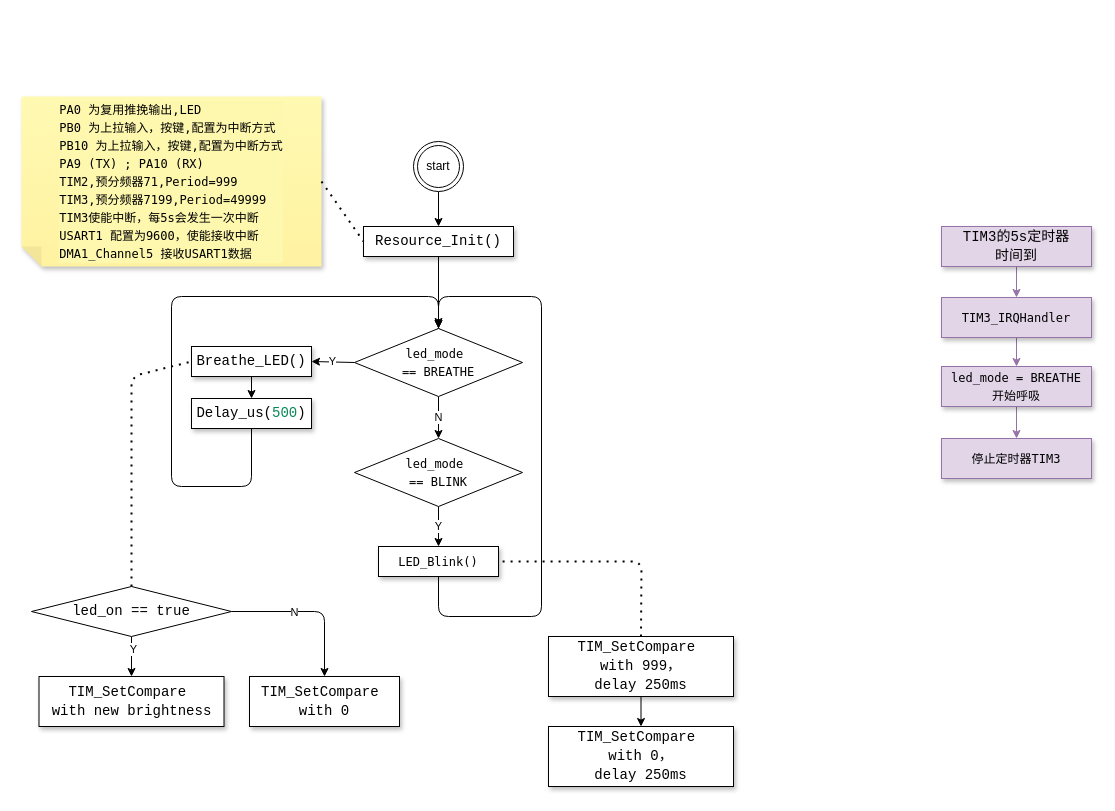
Earlier version of the draw.io diagram 2nd/extend/2-DMA/flow.drawio (Lzih7/C-language-learning). Source tidied: cells renumbered, new cells numbered last; positions are measured from the earlier drawing's top-left corner, leaving out a move shared by most shapes. Both pictures are drawn from the tidied source at 100%, with x=0, y=0 at pixel (21, 96).
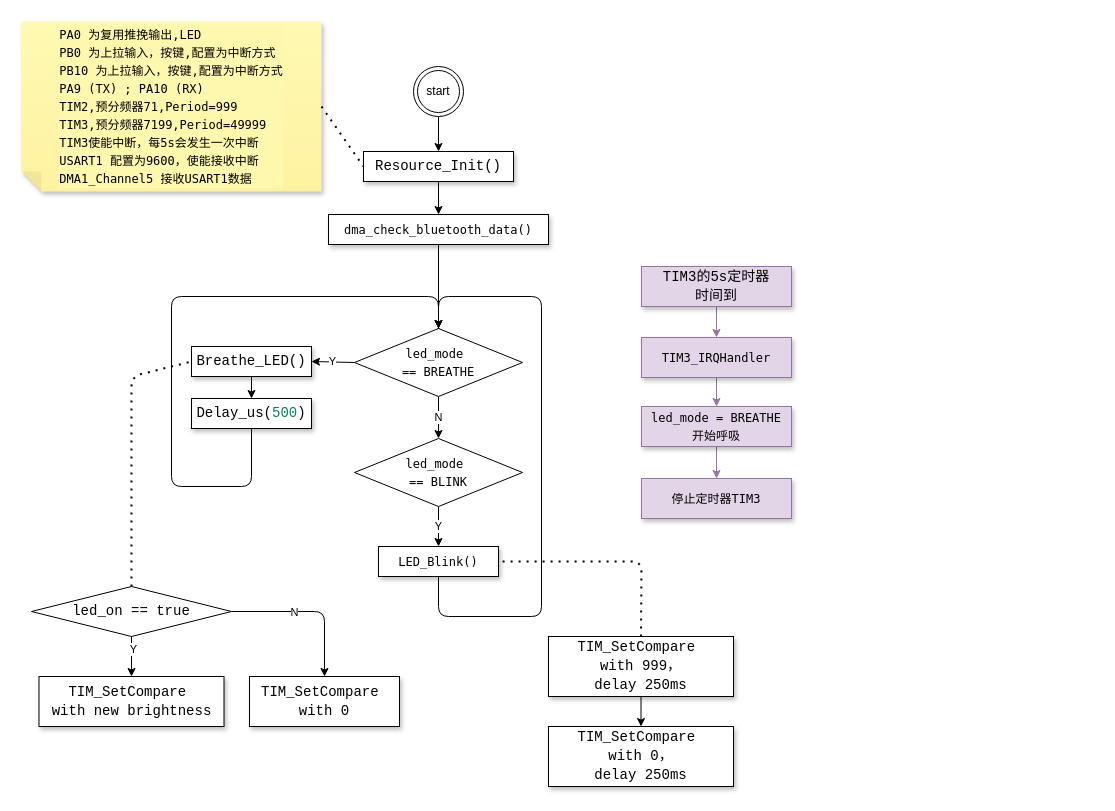
The same diagram, later.

Unchanged cells that the change refers to:
```xml
<mxCell id="18" value="&lt;div style=&quot;background-color: rgb(255, 255, 255); font-family: Menlo, Monaco, &amp;quot;Courier New&amp;quot;, monospace; line-height: 18px;&quot;&gt;led_mode&amp;nbsp;&lt;/div&gt;&lt;div style=&quot;background-color: rgb(255, 255, 255); font-family: Menlo, Monaco, &amp;quot;Courier New&amp;quot;, monospace; line-height: 18px;&quot;&gt;== BREATHE&lt;/div&gt;" style="rhombus;whiteSpace=wrap;html=1;" parent="1" vertex="1">
  <mxGeometry x="333" y="232" width="168" height="68" as="geometry" />
</mxCell>
```

Diff of the diagram source:
```diff
@@
-    <mxCell id="2" style="edgeStyle=none;html=1;exitX=0.5;exitY=1;exitDx=0;exitDy=0;" parent="1" edge="1" source="3">
-      <mxGeometry relative="1" as="geometry">
-        <mxPoint x="417" y="230" as="targetPoint" />
-      </mxGeometry>
+    <mxCell id="2" style="edgeStyle=none;html=1;exitX=0.5;exitY=1;exitDx=0;exitDy=0;" parent="1" edge="1" source="3" target="40">
+      <mxGeometry relative="1" as="geometry" />
     </mxCell>
     <mxCell id="3" value="&lt;div style=&quot;background-color: rgb(255, 255, 255); font-family: Consolas, &amp;quot;Courier New&amp;quot;, monospace; font-size: 14px; line-height: 19px;&quot;&gt;Resource_Init()&lt;/div&gt;" style="whiteSpace=wrap;html=1;shadow=1;" parent="1" vertex="1">
-      <mxGeometry x="342" y="130" width="150" height="30" as="geometry" />
+      <mxGeometry x="342" y="55" width="150" height="30" as="geometry" />
     </mxCell>
@@
     <mxCell id="29" value="start" style="ellipse;shape=doubleEllipse;whiteSpace=wrap;html=1;" parent="1" vertex="1">
-      <mxGeometry x="392" y="45" width="50" height="50" as="geometry" />
+      <mxGeometry x="392" y="-30" width="50" height="50" as="geometry" />
     </mxCell>
     <mxCell id="30" value="&lt;div style=&quot;border-color: var(--border-color); text-align: left; font-family: Menlo, Monaco, &amp;quot;Courier New&amp;quot;, monospace; line-height: 18px;&quot;&gt;&lt;span style=&quot;border-color: var(--border-color);&quot;&gt;PA0 为复用推挽输出,LED&lt;/span&gt;&lt;/div&gt;&lt;div style=&quot;border-color: var(--border-color); text-align: left; font-family: Menlo, Monaco, &amp;quot;Courier New&amp;quot;, monospace; line-height: 18px;&quot;&gt;&lt;div style=&quot;border-color: var(--border-color); line-height: 18px;&quot;&gt;&lt;span style=&quot;border-color: var(--border-color);&quot;&gt;PB0 为上拉输入，按键,配置为中断方式&lt;/span&gt;&lt;/div&gt;&lt;div style=&quot;border-color: var(--border-color); line-height: 18px;&quot;&gt;&lt;span style=&quot;border-color: var(--border-color);&quot;&gt;PB10 为上拉输入，按键,配置为中断方式&lt;br&gt;&lt;/span&gt;&lt;/div&gt;&lt;div style=&quot;border-color: var(--border-color); line-height: 18px;&quot;&gt;&lt;span style=&quot;border-color: var(--border-color);&quot;&gt;&lt;div style=&quot;line-height: 18px;&quot;&gt;&lt;span style=&quot;&quot;&gt;PA9 (TX) ;&amp;nbsp;&lt;/span&gt;&lt;span style=&quot;&quot;&gt;PA10 (RX)&lt;/span&gt;&lt;/div&gt;&lt;/span&gt;&lt;/div&gt;&lt;div style=&quot;border-color: var(--border-color); line-height: 18px;&quot;&gt;&lt;span style=&quot;&quot;&gt;&lt;span style=&quot;border-color: var(--border-color);&quot;&gt;TIM2,&lt;/span&gt;&lt;span style=&quot;border-color: var(--border-color);&quot;&gt;预分频器71,&lt;/span&gt;&lt;span style=&quot;border-color: var(--border-color);&quot;&gt;Period=999&lt;/span&gt;&lt;/span&gt;&lt;/div&gt;&lt;div style=&quot;border-color: var(--border-color); line-height: 18px;&quot;&gt;&lt;span style=&quot;&quot;&gt;&lt;span style=&quot;border-color: var(--border-color);&quot;&gt;&lt;span style=&quot;border-color: var(--border-color);&quot;&gt;TIM3,&lt;/span&gt;&lt;span style=&quot;border-color: var(--border-color);&quot;&gt;预分频器&lt;span style=&quot;&quot;&gt;7199&lt;/span&gt;&lt;/span&gt;&lt;/span&gt;&lt;span style=&quot;border-color: var(--border-color);&quot;&gt;,&lt;/span&gt;&lt;span style=&quot;border-color: var(--border-color);&quot;&gt;Period=&lt;/span&gt;&lt;span style=&quot;&quot;&gt;49999&lt;/span&gt;&lt;/span&gt;&lt;/div&gt;&lt;div style=&quot;border-color: var(--border-color); line-height: 18px;&quot;&gt;&lt;span style=&quot;&quot;&gt;TIM3使能中断，每5s会发生一次中断&lt;/span&gt;&lt;/div&gt;&lt;div style=&quot;border-color: var(--border-color); line-height: 18px;&quot;&gt;&lt;div style=&quot;line-height: 18px;&quot;&gt;&lt;span style=&quot;&quot;&gt;USART1 配置为9600，&lt;/span&gt;&lt;span style=&quot;&quot;&gt;使能接收中断&lt;/span&gt;&lt;/div&gt;&lt;div style=&quot;line-height: 18px;&quot;&gt;&lt;div style=&quot;line-height: 18px;&quot;&gt;&lt;span style=&quot;&quot;&gt;DMA1_Channel5 接收&lt;/span&gt;&lt;span style=&quot;&quot;&gt;USART1数据&lt;/span&gt;&lt;/div&gt;&lt;/div&gt;&lt;/div&gt;&lt;/div&gt;" style="shape=note;whiteSpace=wrap;html=1;backgroundOutline=1;fontColor=#000000;darkOpacity=0.05;fillColor=#FFF9B2;strokeColor=none;fillStyle=solid;direction=west;gradientDirection=north;gradientColor=#FFF2A1;shadow=1;size=20;labelBackgroundColor=#FEF7AE;" parent="1" vertex="1">
-      <mxGeometry width="300" height="170" as="geometry" />
+      <mxGeometry y="-75" width="300" height="170" as="geometry" />
     </mxCell>
@@
     <mxCell id="33" value="&lt;div style=&quot;font-family: Consolas, &amp;quot;Courier New&amp;quot;, monospace; font-size: 14px; line-height: 19px;&quot;&gt;&lt;div style=&quot;line-height: 19px;&quot;&gt;&lt;div style=&quot;font-family: Menlo, Monaco, &amp;quot;Courier New&amp;quot;, monospace; font-size: 12px; line-height: 18px;&quot;&gt;&lt;div style=&quot;line-height: 18px;&quot;&gt;TIM3_IRQHandler&lt;/div&gt;&lt;/div&gt;&lt;/div&gt;&lt;/div&gt;" style="whiteSpace=wrap;html=1;shadow=1;fillColor=#e1d5e7;strokeColor=#9673a6;labelBackgroundColor=#e1d5e7;" parent="1" vertex="1">
-      <mxGeometry x="920" y="201" width="150" height="40" as="geometry" />
+      <mxGeometry x="620" y="241" width="150" height="40" as="geometry" />
     </mxCell>
@@
     <mxCell id="35" value="&lt;div style=&quot;font-family: Consolas, &amp;quot;Courier New&amp;quot;, monospace; font-size: 14px; line-height: 19px;&quot;&gt;&lt;div style=&quot;line-height: 19px;&quot;&gt;TIM3的5s定时器&lt;/div&gt;&lt;div style=&quot;line-height: 19px;&quot;&gt;时间到&lt;/div&gt;&lt;/div&gt;" style="whiteSpace=wrap;html=1;shadow=1;fillColor=#e1d5e7;strokeColor=#9673a6;labelBackgroundColor=#e1d5e7;" parent="1" vertex="1">
-      <mxGeometry x="920" y="130" width="150" height="40" as="geometry" />
+      <mxGeometry x="620" y="170" width="150" height="40" as="geometry" />
     </mxCell>
@@
     <mxCell id="37" value="&lt;div style=&quot;font-family: Consolas, &amp;quot;Courier New&amp;quot;, monospace; font-size: 14px; line-height: 19px;&quot;&gt;&lt;div style=&quot;line-height: 19px;&quot;&gt;&lt;div style=&quot;font-family: Menlo, Monaco, &amp;quot;Courier New&amp;quot;, monospace; font-size: 12px; line-height: 18px;&quot;&gt;&lt;div style=&quot;line-height: 18px;&quot;&gt;led_mode = BREATHE&lt;/div&gt;&lt;div style=&quot;line-height: 18px;&quot;&gt;开始呼吸&lt;/div&gt;&lt;/div&gt;&lt;/div&gt;&lt;/div&gt;" style="whiteSpace=wrap;html=1;shadow=1;fillColor=#e1d5e7;strokeColor=#9673a6;labelBackgroundColor=#e1d5e7;" parent="1" vertex="1">
-      <mxGeometry x="920" y="270" width="150" height="40" as="geometry" />
+      <mxGeometry x="620" y="310" width="150" height="40" as="geometry" />
     </mxCell>
     <mxCell id="38" value="&lt;div style=&quot;font-family: Consolas, &amp;quot;Courier New&amp;quot;, monospace; font-size: 14px; line-height: 19px;&quot;&gt;&lt;div style=&quot;line-height: 19px;&quot;&gt;&lt;div style=&quot;font-family: Menlo, Monaco, &amp;quot;Courier New&amp;quot;, monospace; font-size: 12px; line-height: 18px;&quot;&gt;&lt;div style=&quot;line-height: 18px;&quot;&gt;&lt;span style=&quot;&quot;&gt;停止定时器&lt;/span&gt;&lt;span style=&quot;&quot;&gt;TIM3&lt;/span&gt;&lt;/div&gt;&lt;/div&gt;&lt;/div&gt;&lt;/div&gt;" style="whiteSpace=wrap;html=1;shadow=1;fillColor=#e1d5e7;strokeColor=#9673a6;labelBackgroundColor=#e1d5e7;fontColor=#000000;" parent="1" vertex="1">
-      <mxGeometry x="920" y="342" width="150" height="40" as="geometry" />
+      <mxGeometry x="620" y="382" width="150" height="40" as="geometry" />
     </mxCell>
+    <mxCell id="39" style="edgeStyle=none;html=1;entryX=0.5;entryY=0;entryDx=0;entryDy=0;" parent="1" edge="1" source="40" target="18">
+      <mxGeometry relative="1" as="geometry" />
+    </mxCell>
+    <mxCell id="40" value="&lt;div style=&quot;background-color: rgb(255, 255, 255); font-family: Consolas, &amp;quot;Courier New&amp;quot;, monospace; font-size: 14px; line-height: 19px;&quot;&gt;&lt;div style=&quot;font-family: Menlo, Monaco, &amp;quot;Courier New&amp;quot;, monospace; font-size: 12px; line-height: 18px;&quot;&gt;dma_check_bluetooth_data()&lt;/div&gt;&lt;/div&gt;" style="whiteSpace=wrap;html=1;shadow=1;" parent="1" vertex="1">
+      <mxGeometry x="307" y="118" width="220" height="30" as="geometry" />
+    </mxCell>
```
